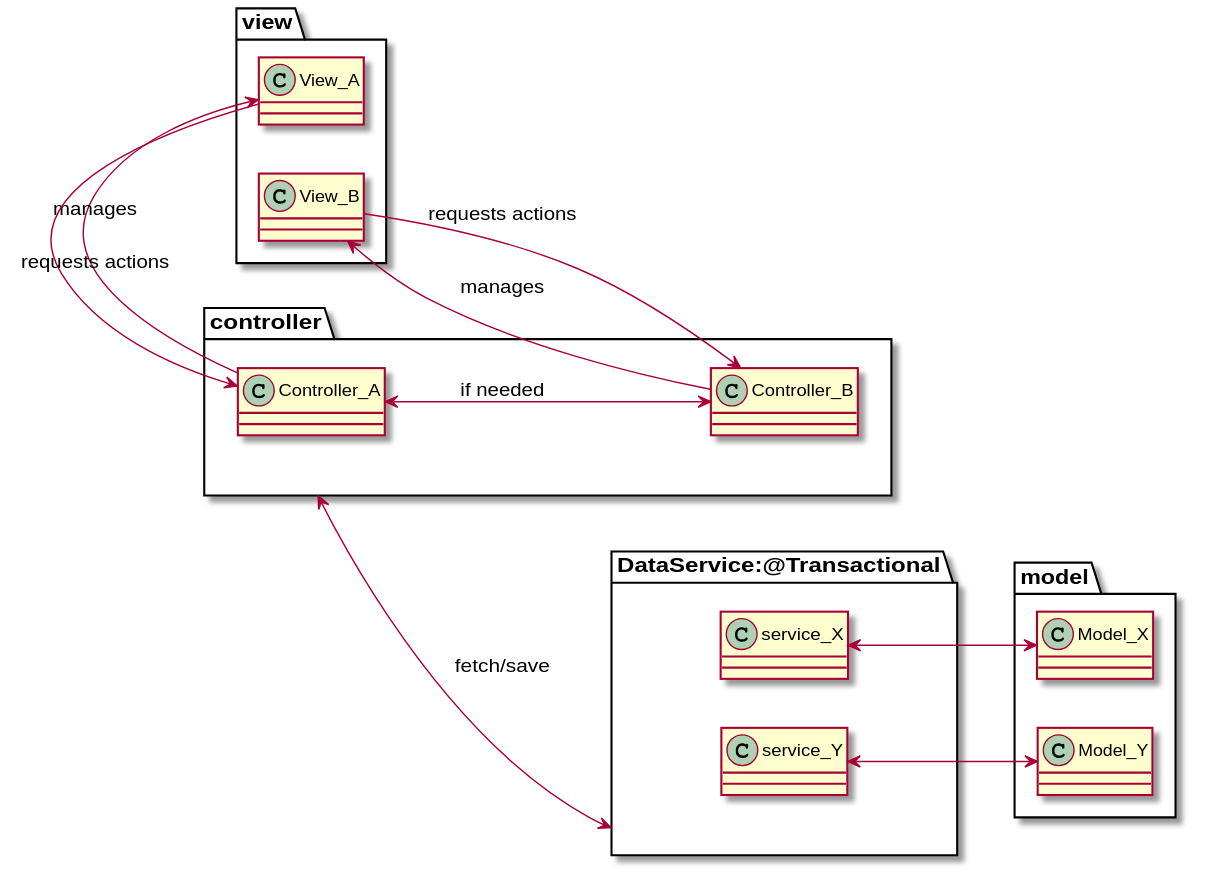
Earlier version of the PlantUML export doc/images/MVC.svg (AxoKoi/BandurriaJ).
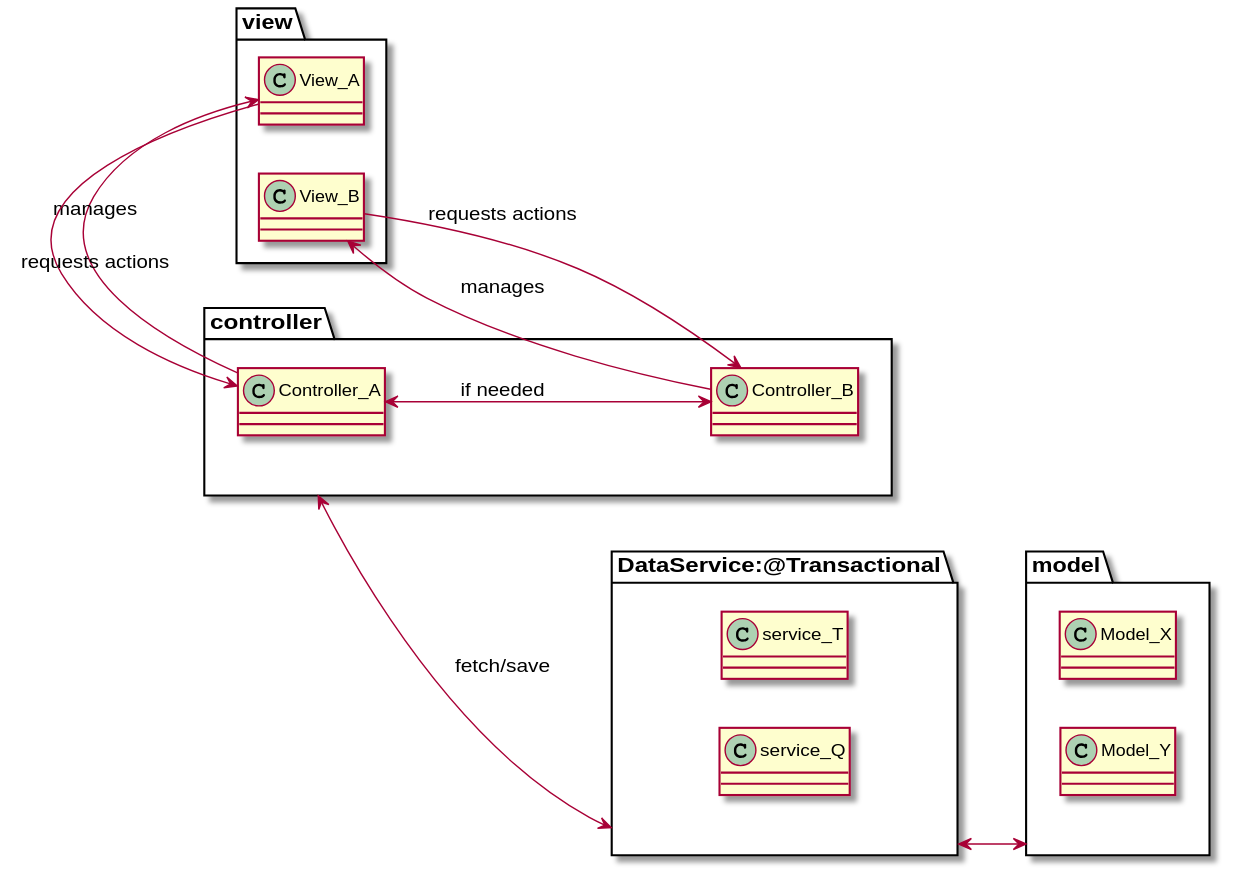
Later version of the same file.

Change to the diagram source:
```diff
@@ -15,9 +15,10 @@
 }
 
 package DataService:@Transactional as service {
-class service_X
-class service_Y
+class service_T
+class service_Q
 }
+
 Controller_A<-->Controller_B: "if needed"
 Controller_A-->View_A : manages
 Controller_B-->View_B : manages
@@ -25,6 +26,5 @@
 View_B-->Controller_B: requests actions
 
 controller<-->service: fetch/save
-service_X <--> Model_X
-service_Y <--> Model_Y
+service<-->model
 @enduml
```
